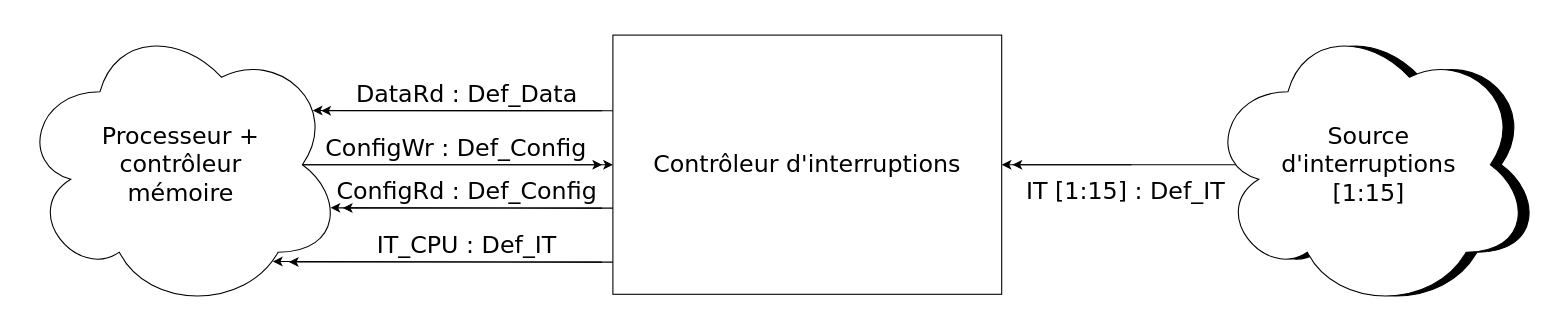
Above: report/drawio/entrees_sorties_composant.drawio in FromagePatin/controller_IT (draw.io), before the change. Source tidied: cells renumbered, new cells numbered last; positions are measured from the earlier drawing's top-left corner, leaving out a move shared by most shapes. Both pictures are drawn from the tidied source at 108%, with x=0, y=0 at pixel (18, 18).
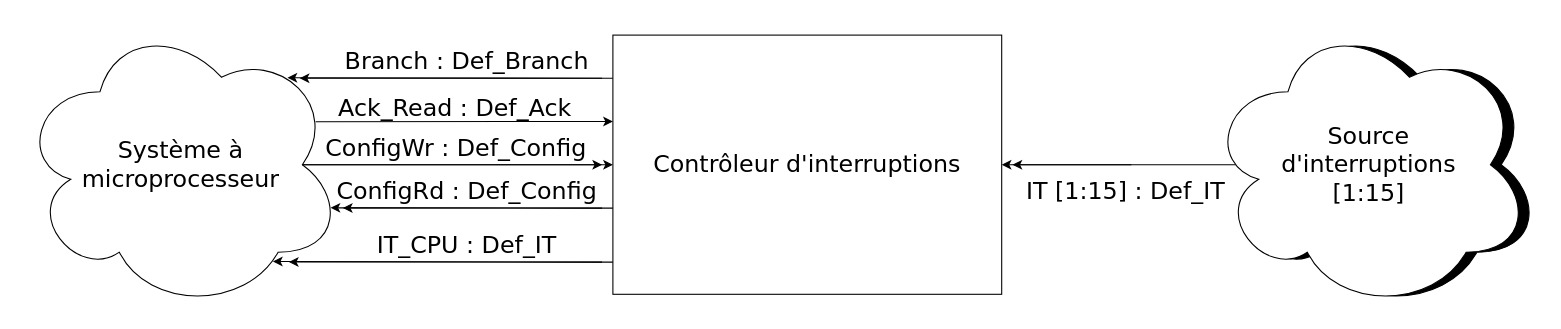
Above is the later version.

The change refers to these unchanged cells:
```xml
<mxCell id="2" value="&lt;font style=&quot;font-size: 22px;&quot; face=&quot;Verdana&quot;&gt;Contrôleur d'interruptions&lt;br&gt;&lt;/font&gt;" style="rounded=0;whiteSpace=wrap;html=1;" parent="1" vertex="1">
  <mxGeometry x="550" y="15" width="360" height="240" as="geometry" />
</mxCell>
```

Change to the diagram source:
```diff
@@
-    <mxCell id="8" value="&lt;div&gt;Processeur +&lt;/div&gt;&lt;div&gt;contrôleur &lt;br&gt;&lt;/div&gt;&lt;div&gt;mémoire&lt;/div&gt;" style="ellipse;shape=cloud;whiteSpace=wrap;html=1;fontFamily=Verdana;fontSize=22;direction=east;shadow=0;sketch=0;" parent="1" vertex="1">
+    <mxCell id="8" value="Système à&lt;br&gt;microprocesseur" style="ellipse;shape=cloud;whiteSpace=wrap;html=1;fontFamily=Verdana;fontSize=22;direction=east;shadow=0;sketch=0;" parent="1" vertex="1">
       <mxGeometry width="300" height="270" as="geometry" />
     </mxCell>
-    <mxCell id="9" style="endArrow=classic;html=1;rounded=0;fontFamily=Verdana;fontSize=22;entryX=0.907;entryY=0.314;entryDx=0;entryDy=0;entryPerimeter=0;" parent="1" edge="1" target="8">
+    <mxCell id="9" style="endArrow=classic;html=1;rounded=0;fontFamily=Verdana;fontSize=22;" parent="1" edge="1">
       <mxGeometry relative="1" as="geometry">
-        <mxPoint x="550" y="85" as="sourcePoint" />
+        <mxPoint x="540" y="55" as="sourcePoint" />
+        <mxPoint x="260" y="55" as="targetPoint" />
       </mxGeometry>
     </mxCell>
-    <mxCell id="10" style="endArrow=classic;html=1;rounded=0;fontFamily=Verdana;fontSize=22;" parent="1" edge="1">
+    <mxCell id="10" style="endArrow=classic;html=1;rounded=0;fontFamily=Verdana;fontSize=22;entryX=0.829;entryY=0.202;entryDx=0;entryDy=0;entryPerimeter=0;" parent="1" edge="1" target="8">
       <mxGeometry relative="1" as="geometry">
-        <mxPoint x="540" y="85" as="sourcePoint" />
-        <mxPoint x="280" y="85" as="targetPoint" />
+        <mxPoint x="550" y="55" as="sourcePoint" />
       </mxGeometry>
     </mxCell>
@@
-    <mxCell id="17" value="DataRd : Def_Data" style="text;html=1;strokeColor=none;fillColor=none;align=center;verticalAlign=middle;whiteSpace=wrap;rounded=0;shadow=0;sketch=0;fontFamily=Verdana;fontSize=22;" parent="1" vertex="1">
-      <mxGeometry x="290" y="55" width="250" height="30" as="geometry" />
+    <mxCell id="17" value="Branch : Def_Branch" style="text;html=1;strokeColor=none;fillColor=none;align=center;verticalAlign=middle;whiteSpace=wrap;rounded=0;shadow=0;sketch=0;fontFamily=Verdana;fontSize=22;" parent="1" vertex="1">
+      <mxGeometry x="290" y="25" width="250" height="30" as="geometry" />
     </mxCell>
@@
+    <mxCell id="21" style="endArrow=classic;html=1;rounded=0;entryX=0;entryY=0.333;entryDx=0;entryDy=0;entryPerimeter=0;exitX=0.916;exitY=0.353;exitDx=0;exitDy=0;exitPerimeter=0;" parent="1" edge="1" source="8" target="2">
+      <mxGeometry relative="1" as="geometry" />
+    </mxCell>
+    <mxCell id="22" value="Ack_Read : Def_Ack" style="text;strokeColor=none;fillColor=none;align=left;verticalAlign=middle;spacingLeft=4;spacingRight=4;overflow=hidden;fontSize=22;fontFamily=Verdana;" parent="1" vertex="1">
+      <mxGeometry x="290" y="65" width="250" height="30" as="geometry" />
+    </mxCell>
```
